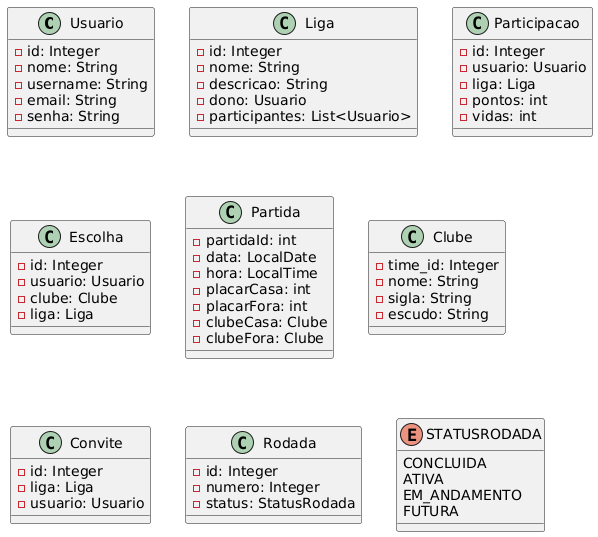
The PlantUML diagram Project/Classes/classes.png in gabitolage/BrasileiraoSobrevivencia, before a commit.
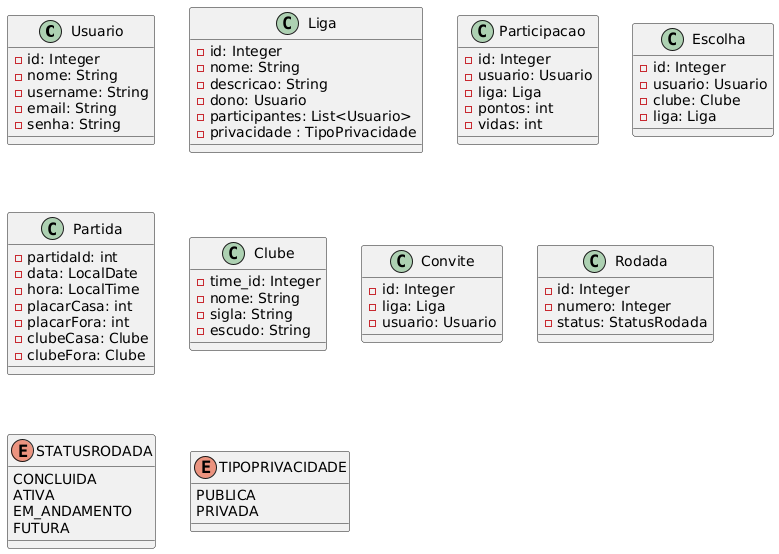
The same file after the commit.

Commit message:
atualizacao diagrama

Change to the diagram source:
```diff
@@ -13,6 +13,7 @@
 -descricao: String
 -dono: Usuario
 -participantes: List<Usuario>
+-privacidade : TipoPrivacidade
 }
 
 class Participacao{
@@ -65,4 +66,9 @@
 EM_ANDAMENTO
 FUTURA
 }
+
+enum TIPOPRIVACIDADE{
+PUBLICA
+PRIVADA
+}
 @enduml
```
